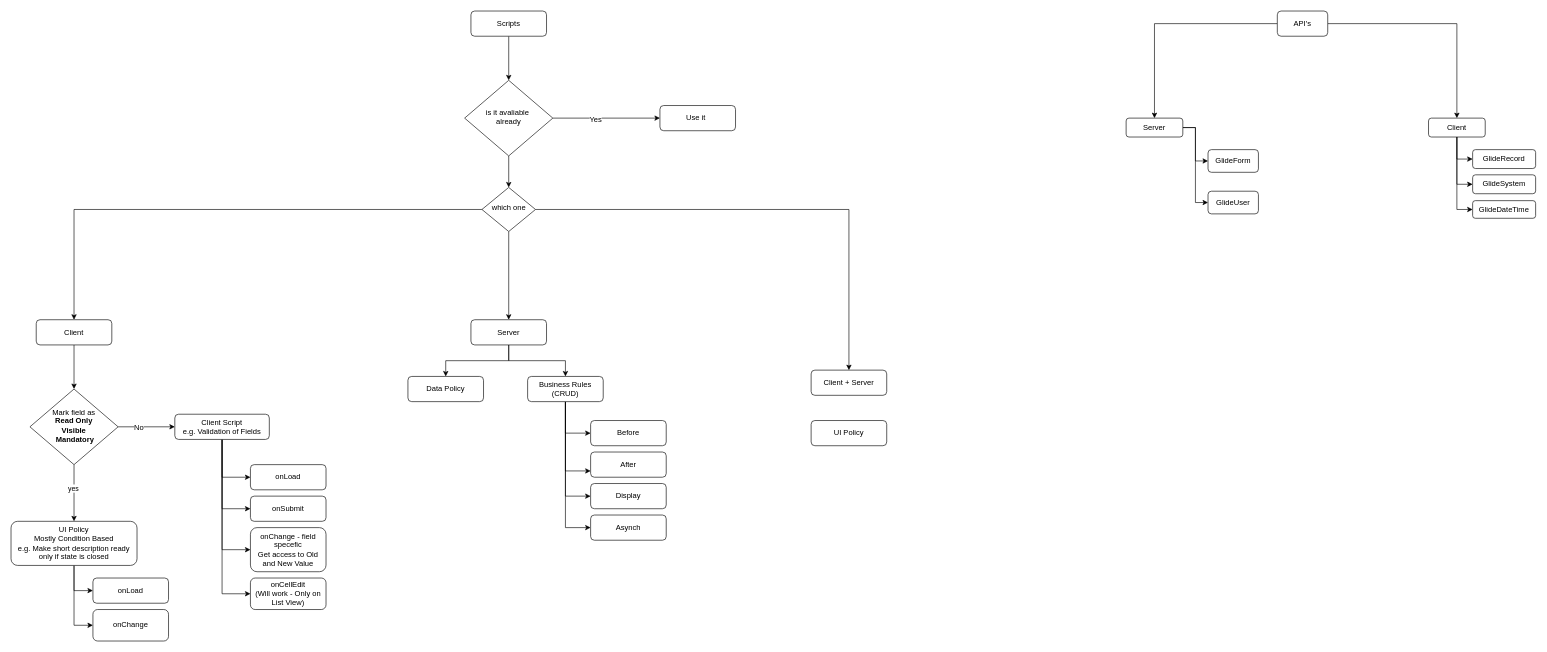
This is others/Untitled Diagram.drawio from sanket9006/bluepineapple-traning, a draw.io file, before an edit. Source tidied: cells renumbered, new cells numbered last; positions are measured from the earlier drawing's top-left corner, leaving out a move shared by most shapes. Both pictures are drawn from the tidied source at 63%, with x=0, y=0 at pixel (11, 11).
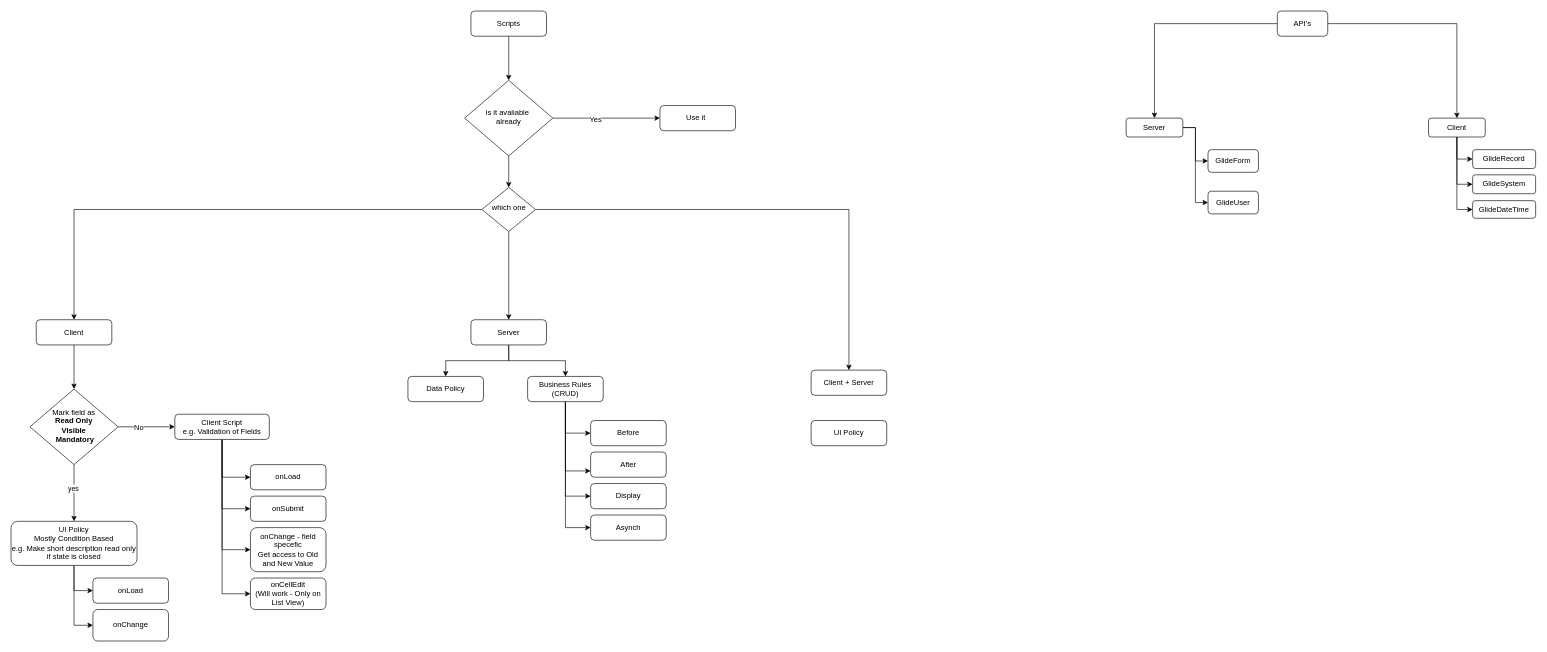
The same page after the edit.

Commit message:
ServiceNow API's and Scripts.drawio

Change to the diagram source:
```diff
@@
-    <mxCell id="19" value="UI Policy&lt;br&gt;Mostly Condition Based&lt;br&gt;e.g. Make short description ready only if state is closed" style="rounded=1;whiteSpace=wrap;html=1;fontSize=12;glass=0;strokeWidth=1;shadow=0;" parent="1" vertex="1">
+    <mxCell id="19" value="UI Policy&lt;br&gt;Mostly Condition Based&lt;br&gt;e.g. Make short description read only if state is closed" style="rounded=1;whiteSpace=wrap;html=1;fontSize=12;glass=0;strokeWidth=1;shadow=0;" parent="1" vertex="1">
       <mxGeometry y="810" width="200" height="70" as="geometry" />
     </mxCell>
```
